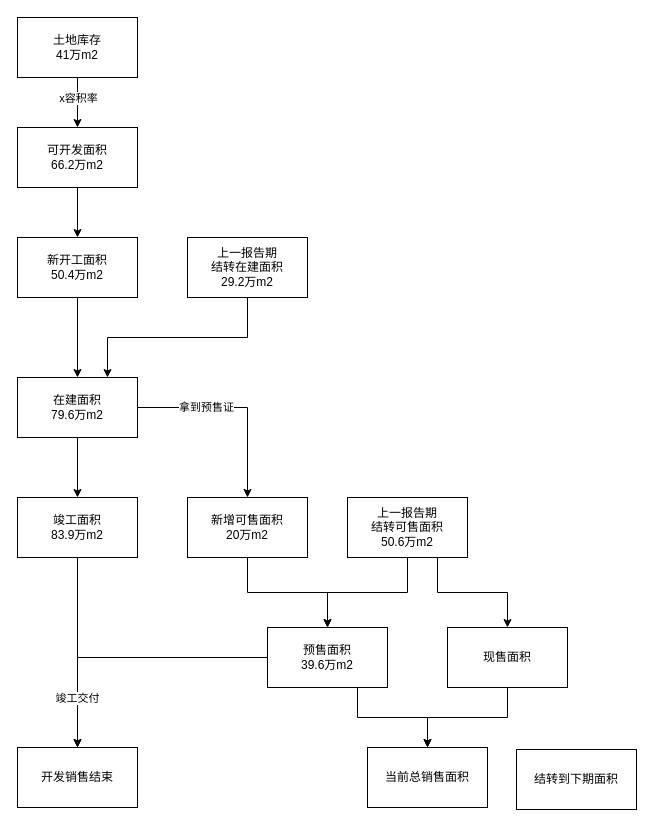
Earlier version of the draw.io diagram 房地产开发各个面积定义和关系.drawio (evagle/awesome). Source tidied: cells renumbered, new cells numbered last; positions are measured from the earlier drawing's top-left corner, leaving out a move shared by most shapes. Both pictures are drawn from the tidied source at 100%, with x=0, y=0 at pixel (17, 17).
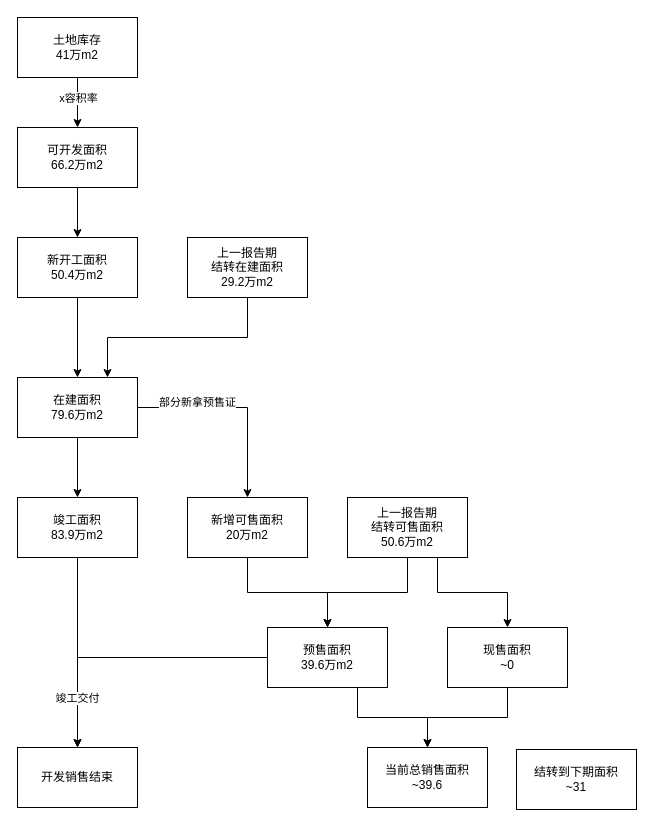
The same diagram, later.

Commit message:
Update 房地产开发各个面积定义和关系.drawio

Unchanged cells that the change refers to:
```xml
<mxCell id="12" style="edgeStyle=orthogonalEdgeStyle;rounded=0;jettySize=auto;html=1;exitX=1;exitY=0.5;exitDx=0;exitDy=0;entryX=0.5;entryY=0;entryDx=0;entryDy=0;" parent="1" edge="1" source="14" target="21">
  <mxGeometry relative="1" as="geometry" />
</mxCell>
```

Change to the diagram source:
```diff
@@
-    <mxCell id="13" value="拿到预售证" style="edgeLabel;html=1;align=center;verticalAlign=middle;" parent="12" vertex="1">
-      <mxGeometry x="-0.32" y="1" relative="1" as="geometry" />
+    <mxCell id="13" value="部分新拿预售证" style="edgeLabel;html=1;align=center;verticalAlign=middle;" parent="12" vertex="1">
+      <mxGeometry x="-0.32" y="1" relative="1" as="geometry">
+        <mxPoint x="-9" y="-5" as="offset" />
+      </mxGeometry>
     </mxCell>
@@
-    <mxCell id="28" value="现售面积" style="rounded=0;whiteSpace=wrap;html=1;" parent="1" vertex="1">
+    <mxCell id="28" value="现售面积&lt;div&gt;~0&lt;/div&gt;" style="rounded=0;whiteSpace=wrap;html=1;" parent="1" vertex="1">
       <mxGeometry x="430" y="610" width="120" height="60" as="geometry" />
     </mxCell>
-    <mxCell id="29" value="当前总销售面积" style="rounded=0;whiteSpace=wrap;html=1;" parent="1" vertex="1">
+    <mxCell id="29" value="当前总销售面积&lt;br&gt;~39.6" style="rounded=0;whiteSpace=wrap;html=1;" parent="1" vertex="1">
       <mxGeometry x="350" y="730" width="120" height="60" as="geometry" />
     </mxCell>
-    <mxCell id="30" value="结转到下期面积" style="rounded=0;whiteSpace=wrap;html=1;" parent="1" vertex="1">
+    <mxCell id="30" value="结转到下期面积&lt;br&gt;~31" style="rounded=0;whiteSpace=wrap;html=1;" parent="1" vertex="1">
       <mxGeometry x="499" y="732" width="120" height="60" as="geometry" />
     </mxCell>
```
